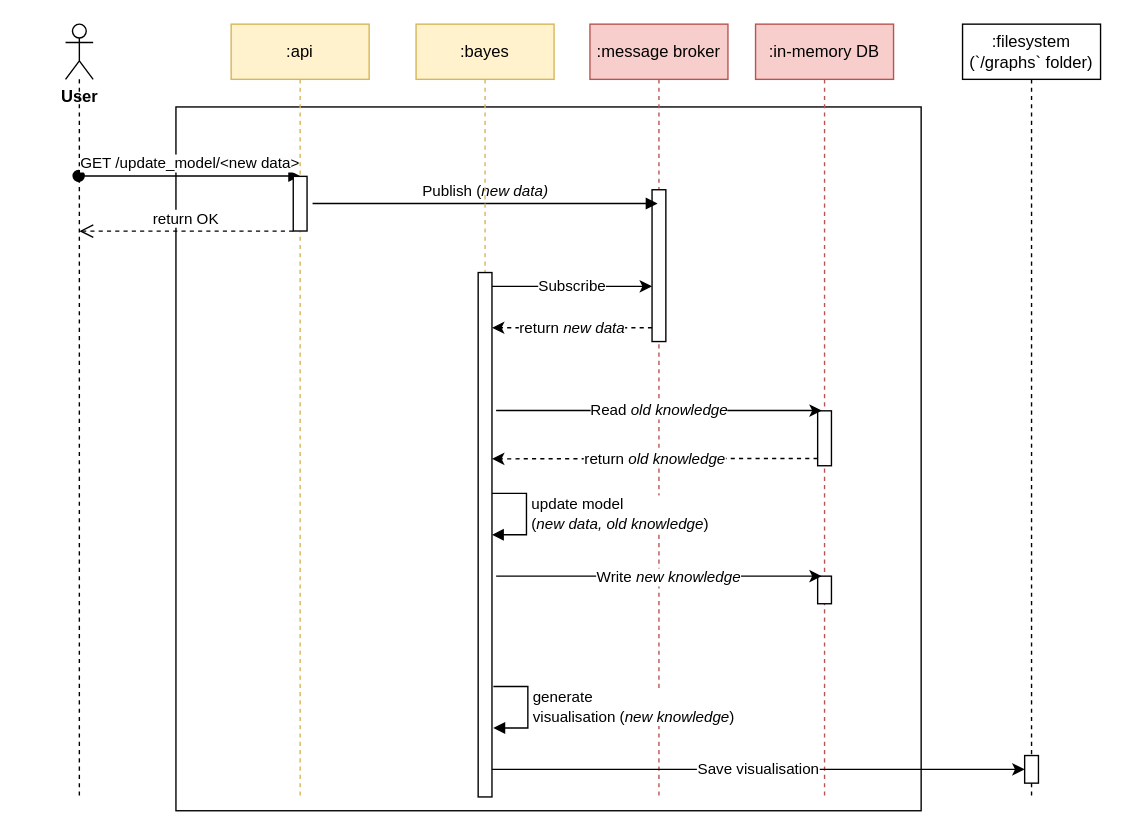
This is page "Sequence diagram" (3 of 3) of docs/event-driven-python.drawio from kotnikd3/event-driven-bayes, a draw.io file, before an edit. Source tidied: cells renumbered, new cells numbered last; positions are measured from the earlier drawing's top-left corner, leaving out a move shared by most shapes. Both pictures are drawn from the tidied source at 138%, with x=0, y=0 at pixel (23, 23).
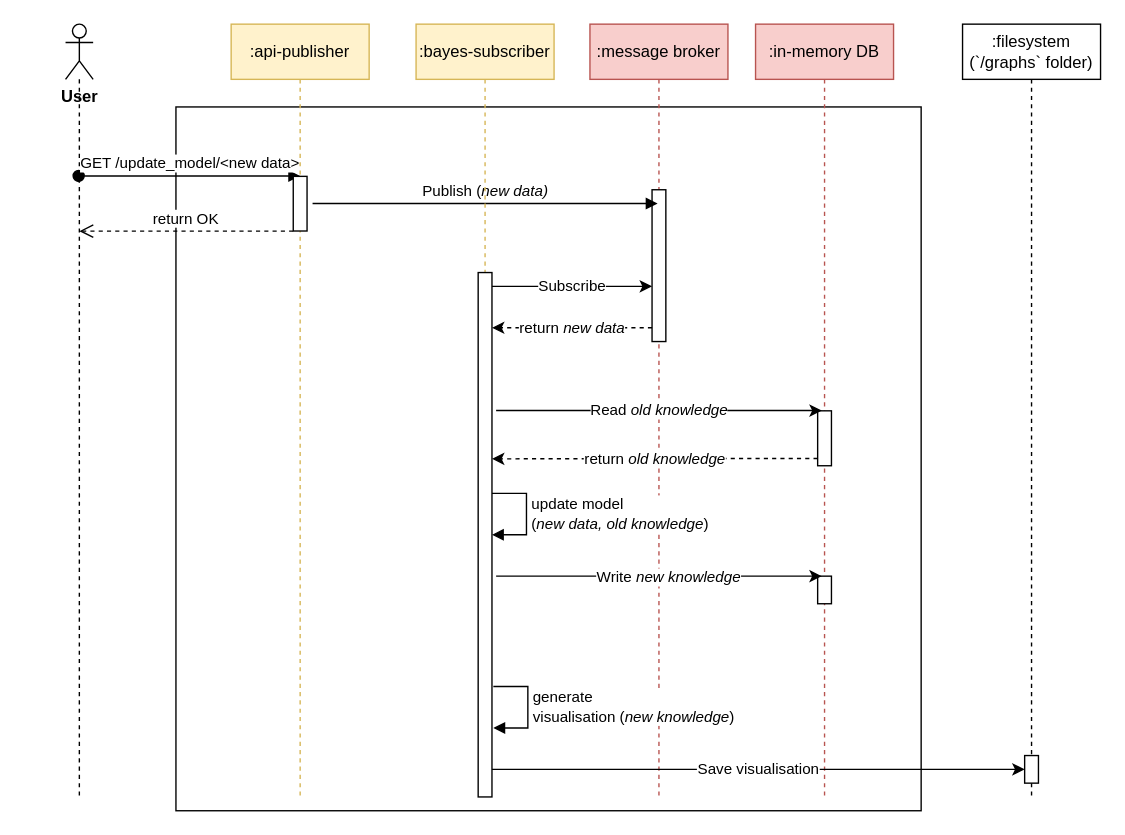
The same diagram, later.

Change to the diagram source:
```diff
@@
-    <mxCell id="7" value=":api" style="shape=umlLifeline;perimeter=lifelinePerimeter;whiteSpace=wrap;html=1;newEdgeStyle={&quot;edgeStyle&quot;:&quot;elbowEdgeStyle&quot;,&quot;elbow&quot;:&quot;vertical&quot;,&quot;curved&quot;:0,&quot;rounded&quot;:0};fillColor=#fff2cc;strokeColor=#d6b656;" parent="1" vertex="1">
+    <mxCell id="7" value=":api-publisher" style="shape=umlLifeline;perimeter=lifelinePerimeter;whiteSpace=wrap;html=1;newEdgeStyle={&quot;edgeStyle&quot;:&quot;elbowEdgeStyle&quot;,&quot;elbow&quot;:&quot;vertical&quot;,&quot;curved&quot;:0,&quot;rounded&quot;:0};fillColor=#fff2cc;strokeColor=#d6b656;" parent="1" vertex="1">
       <mxGeometry x="150" width="100" height="560" as="geometry" />
     </mxCell>
@@
-    <mxCell id="15" value=":bayes" style="shape=umlLifeline;perimeter=lifelinePerimeter;whiteSpace=wrap;html=1;newEdgeStyle={&quot;edgeStyle&quot;:&quot;elbowEdgeStyle&quot;,&quot;elbow&quot;:&quot;vertical&quot;,&quot;curved&quot;:0,&quot;rounded&quot;:0};fillColor=#fff2cc;strokeColor=#d6b656;" parent="1" vertex="1">
+    <mxCell id="15" value=":bayes-subscriber" style="shape=umlLifeline;perimeter=lifelinePerimeter;whiteSpace=wrap;html=1;newEdgeStyle={&quot;edgeStyle&quot;:&quot;elbowEdgeStyle&quot;,&quot;elbow&quot;:&quot;vertical&quot;,&quot;curved&quot;:0,&quot;rounded&quot;:0};fillColor=#fff2cc;strokeColor=#d6b656;" parent="1" vertex="1">
       <mxGeometry x="284" width="100" height="560" as="geometry" />
     </mxCell>
```
